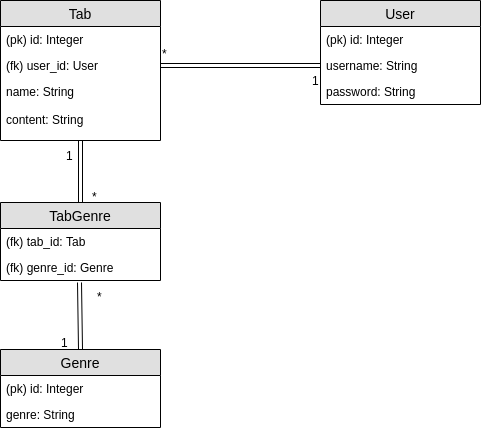
The draw.io diagram documentation/tietokantakaavio_hahmotelma.png in Roeoeri/tsoha-2019-tabulatuuritHt, before a commit. Source tidied: cells renumbered, new cells last; positions are measured from the earlier drawing's top-left corner, leaving out a move shared by most shapes.
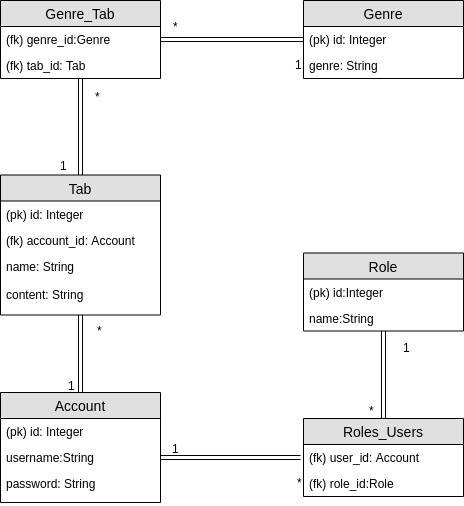
Above is the later version.

Commit message:
tietokantahahmotelma päivitetty

The edit, as a diff of the source:
```diff
@@ -2,74 +2,112 @@
   <root>
     <mxCell id="0" />
     <mxCell id="1" parent="0" />
+    <mxCell id="25" style="edgeStyle=orthogonalEdgeStyle;shape=link;rounded=0;jettySize=auto;html=1;exitX=0.5;exitY=0;exitDx=0;exitDy=0;" parent="1" edge="1" source="2" target="28">
+      <mxGeometry relative="1" as="geometry" />
+    </mxCell>
     <mxCell id="2" value="Tab" style="swimlane;fontStyle=0;horizontal=1;startSize=26;fillColor=#e0e0e0;swimlaneFillColor=#ffffff;align=center;fontSize=14;" parent="1" vertex="1">
-      <mxGeometry width="160" height="140" as="geometry" />
+      <mxGeometry x="-90" y="53.5" width="160" height="140" as="geometry" />
     </mxCell>
-    <mxCell id="3" value="(pk) id: Integer" style="text;strokeColor=none;fillColor=none;spacingLeft=4;spacingRight=4;overflow=hidden;fontSize=12;" parent="2" vertex="1">
-      <mxGeometry y="26" width="160" height="26" as="geometry" />
-    </mxCell>
-    <mxCell id="4" value="(fk) user_id: User" style="text;strokeColor=none;fillColor=none;spacingLeft=4;spacingRight=4;overflow=hidden;points=[[0,0.5],[1,0.5]];portConstraint=eastwest;fontSize=12;" parent="2" vertex="1">
-      <mxGeometry y="52" width="160" height="26" as="geometry" />
-    </mxCell>
+    <mxCell id="26" value="(pk) id: Integer" style="text;strokeColor=none;fillColor=none;spacingLeft=4;spacingRight=4;overflow=hidden;fontSize=12;" parent="2" vertex="1">
+      <mxGeometry y="26" width="160" height="26" as="geometry" />
+    </mxCell>
+    <mxCell id="27" value="(fk) account_id: Account" style="text;strokeColor=none;fillColor=none;spacingLeft=4;spacingRight=4;overflow=hidden;fontSize=12;" parent="2" vertex="1">
+      <mxGeometry y="52" width="160" height="26" as="geometry" />
+    </mxCell>
-    <mxCell id="5" value="name: String&#10;&#10;content: String" style="text;strokeColor=none;fillColor=none;spacingLeft=4;spacingRight=4;overflow=hidden;fontSize=12;" parent="2" vertex="1">
+    <mxCell id="5" value="name: String &#10;&#10;content: String&#10;" style="text;strokeColor=none;fillColor=none;spacingLeft=4;spacingRight=4;overflow=hidden;fontSize=12;" parent="2" vertex="1">
       <mxGeometry y="78" width="160" height="62" as="geometry" />
     </mxCell>
-    <mxCell id="6" value="User" style="swimlane;fontStyle=0;horizontal=1;startSize=26;fillColor=#e0e0e0;swimlaneFillColor=#ffffff;align=center;fontSize=14;" parent="1" vertex="1">
-      <mxGeometry x="320" width="160" height="104" as="geometry" />
-    </mxCell>
-    <mxCell id="7" value="(pk) id: Integer" style="text;strokeColor=none;fillColor=none;spacingLeft=4;spacingRight=4;overflow=hidden;fontSize=12;" parent="6" vertex="1">
-      <mxGeometry y="26" width="160" height="26" as="geometry" />
-    </mxCell>
-    <mxCell id="8" value="username: String" style="text;strokeColor=none;fillColor=none;spacingLeft=4;spacingRight=4;overflow=hidden;points=[[0,0.5],[1,0.5]];portConstraint=eastwest;fontSize=12;" parent="6" vertex="1">
-      <mxGeometry y="52" width="160" height="26" as="geometry" />
-    </mxCell>
+    <mxCell id="28" value="Genre_Tab" style="swimlane;fontStyle=0;horizontal=1;startSize=26;fillColor=#e0e0e0;swimlaneFillColor=#ffffff;align=center;fontSize=14;" parent="1" vertex="1">
+      <mxGeometry x="-90" y="-121" width="160" height="78" as="geometry" />
+    </mxCell>
+    <mxCell id="29" value="(fk) genre_id:Genre" style="text;strokeColor=none;fillColor=none;spacingLeft=4;spacingRight=4;overflow=hidden;points=[[0,0.5],[1,0.5]];portConstraint=eastwest;fontSize=12;" parent="28" vertex="1">
+      <mxGeometry y="26" width="160" height="26" as="geometry" />
+    </mxCell>
+    <mxCell id="16" value="(fk) tab_id: Tab" style="text;strokeColor=none;fillColor=none;spacingLeft=4;spacingRight=4;overflow=hidden;fontSize=12;" parent="28" vertex="1">
+      <mxGeometry y="52" width="160" height="26" as="geometry" />
+    </mxCell>
+    <mxCell id="30" style="edgeStyle=orthogonalEdgeStyle;shape=link;rounded=0;jettySize=auto;html=1;exitX=0.5;exitY=0;exitDx=0;exitDy=0;" parent="1" edge="1" source="31" target="2">
+      <mxGeometry relative="1" as="geometry" />
+    </mxCell>
+    <mxCell id="31" value="Account" style="swimlane;fontStyle=0;horizontal=1;startSize=26;fillColor=#e0e0e0;swimlaneFillColor=#ffffff;align=center;fontSize=14;" parent="1" vertex="1">
+      <mxGeometry x="-90" y="271" width="160" height="110" as="geometry" />
+    </mxCell>
+    <mxCell id="32" value="(pk) id: Integer" style="text;strokeColor=none;fillColor=none;spacingLeft=4;spacingRight=4;overflow=hidden;fontSize=12;" parent="31" vertex="1">
+      <mxGeometry y="26" width="160" height="26" as="geometry" />
+    </mxCell>
+    <mxCell id="33" value="username:String" style="text;strokeColor=none;fillColor=none;spacingLeft=4;spacingRight=4;overflow=hidden;points=[[0,0.5],[1,0.5]];portConstraint=eastwest;fontSize=12;" parent="31" vertex="1">
+      <mxGeometry y="52" width="160" height="26" as="geometry" />
+    </mxCell>
-    <mxCell id="9" value="password: String" style="text;strokeColor=none;fillColor=none;spacingLeft=4;spacingRight=4;overflow=hidden;fontSize=12;" parent="6" vertex="1">
-      <mxGeometry y="78" width="160" height="26" as="geometry" />
+    <mxCell id="9" value="password: String&#10;&#10;&#10;" style="text;strokeColor=none;fillColor=none;spacingLeft=4;spacingRight=4;overflow=hidden;fontSize=12;" parent="31" vertex="1">
+      <mxGeometry y="78" width="160" height="32" as="geometry" />
     </mxCell>
-    <mxCell id="10" style="edgeStyle=none;shape=link;rounded=0;jettySize=auto;html=1;exitX=0.5;exitY=0;exitDx=0;exitDy=0;entryX=0.494;entryY=1.077;entryDx=0;entryDy=0;entryPerimeter=0;" parent="1" edge="1" source="11" target="17">
-      <mxGeometry relative="1" as="geometry" />
-    </mxCell>
     <mxCell id="11" value="Genre" style="swimlane;fontStyle=0;horizontal=1;startSize=26;fillColor=#e0e0e0;swimlaneFillColor=#ffffff;align=center;fontSize=14;" parent="1" vertex="1">
-      <mxGeometry y="349" width="160" height="78" as="geometry" />
+      <mxGeometry x="213" y="-121" width="160" height="78" as="geometry" />
     </mxCell>
-    <mxCell id="12" value="(pk) id: Integer" style="text;strokeColor=none;fillColor=none;spacingLeft=4;spacingRight=4;overflow=hidden;fontSize=12;" parent="11" vertex="1">
-      <mxGeometry y="26" width="160" height="26" as="geometry" />
-    </mxCell>
+    <mxCell id="34" value="(pk) id: Integer" style="text;strokeColor=none;fillColor=none;spacingLeft=4;spacingRight=4;overflow=hidden;points=[[0,0.5],[1,0.5]];portConstraint=eastwest;fontSize=12;" parent="11" vertex="1">
+      <mxGeometry y="26" width="160" height="26" as="geometry" />
+    </mxCell>
     <mxCell id="13" value="genre: String" style="text;strokeColor=none;fillColor=none;spacingLeft=4;spacingRight=4;overflow=hidden;fontSize=12;" parent="11" vertex="1">
       <mxGeometry y="52" width="160" height="26" as="geometry" />
     </mxCell>
-    <mxCell id="14" style="edgeStyle=none;shape=link;rounded=0;jettySize=auto;html=1;exitX=0.5;exitY=0;exitDx=0;exitDy=0;entryX=0.5;entryY=1;entryDx=0;entryDy=0;" parent="1" edge="1" source="15" target="2">
-      <mxGeometry relative="1" as="geometry" />
-    </mxCell>
-    <mxCell id="15" value="TabGenre" style="swimlane;fontStyle=0;horizontal=1;startSize=26;fillColor=#e0e0e0;swimlaneFillColor=#ffffff;align=center;fontSize=14;" parent="1" vertex="1">
-      <mxGeometry y="202" width="160" height="78" as="geometry" />
-    </mxCell>
-    <mxCell id="16" value="(fk) tab_id: Tab" style="text;strokeColor=none;fillColor=none;spacingLeft=4;spacingRight=4;overflow=hidden;fontSize=12;" parent="15" vertex="1">
-      <mxGeometry y="26" width="160" height="26" as="geometry" />
-    </mxCell>
-    <mxCell id="17" value="(fk) genre_id: Genre" style="text;strokeColor=none;fillColor=none;spacingLeft=4;spacingRight=4;overflow=hidden;points=[[0,0.5],[1,0.5]];portConstraint=eastwest;fontSize=12;" parent="15" vertex="1">
-      <mxGeometry y="52" width="160" height="26" as="geometry" />
-    </mxCell>
-    <mxCell id="18" style="edgeStyle=none;shape=link;rounded=0;jettySize=auto;html=1;exitX=1;exitY=0.5;exitDx=0;exitDy=0;entryX=0;entryY=0.5;entryDx=0;entryDy=0;" parent="1" edge="1" source="4" target="8">
-      <mxGeometry relative="1" as="geometry" />
-    </mxCell>
-    <mxCell id="19" value="*" style="text;html=1;align=left;verticalAlign=top;spacingTop=-4;" parent="1" vertex="1">
-      <mxGeometry x="160" y="44" width="20" height="20" as="geometry" />
-    </mxCell>
-    <mxCell id="20" value="1" style="text;html=1;align=left;verticalAlign=top;spacingTop=-4;" parent="1" vertex="1">
-      <mxGeometry x="310" y="71" width="20" height="20" as="geometry" />
-    </mxCell>
-    <mxCell id="21" value="1" style="text;html=1;align=left;verticalAlign=top;spacingTop=-4;" parent="1" vertex="1">
-      <mxGeometry x="64" y="146" width="20" height="20" as="geometry" />
-    </mxCell>
-    <mxCell id="22" value="*" style="text;html=1;align=left;verticalAlign=top;spacingTop=-4;" parent="1" vertex="1">
-      <mxGeometry x="90" y="187" width="20" height="20" as="geometry" />
-    </mxCell>
-    <mxCell id="23" value="*" style="text;html=1;align=left;verticalAlign=top;spacingTop=-4;" parent="1" vertex="1">
-      <mxGeometry x="95" y="287" width="20" height="20" as="geometry" />
-    </mxCell>
-    <mxCell id="24" value="1" style="text;html=1;align=left;verticalAlign=top;spacingTop=-4;" parent="1" vertex="1">
-      <mxGeometry x="59" y="333" width="20" height="20" as="geometry" />
-    </mxCell>
+    <mxCell id="35" value="Role" style="swimlane;fontStyle=0;horizontal=1;startSize=26;fillColor=#e0e0e0;swimlaneFillColor=#ffffff;align=center;fontSize=14;" parent="1" vertex="1">
+      <mxGeometry x="213" y="131.5" width="160" height="78" as="geometry" />
+    </mxCell>
+    <mxCell id="36" value="(pk) id:Integer" style="text;strokeColor=none;fillColor=none;spacingLeft=4;spacingRight=4;overflow=hidden;fontSize=12;" parent="35" vertex="1">
+      <mxGeometry y="26" width="160" height="26" as="geometry" />
+    </mxCell>
+    <mxCell id="37" value="name:String" style="text;strokeColor=none;fillColor=none;spacingLeft=4;spacingRight=4;overflow=hidden;fontSize=12;" parent="35" vertex="1">
+      <mxGeometry y="52" width="160" height="26" as="geometry" />
+    </mxCell>
+    <mxCell id="38" style="edgeStyle=orthogonalEdgeStyle;shape=link;rounded=0;jettySize=auto;html=1;exitX=0.5;exitY=0;exitDx=0;exitDy=0;" parent="1" edge="1" source="39" target="35">
+      <mxGeometry relative="1" as="geometry" />
+    </mxCell>
+    <mxCell id="39" value="Roles_Users" style="swimlane;fontStyle=0;horizontal=1;startSize=26;fillColor=#e0e0e0;swimlaneFillColor=#ffffff;align=center;fontSize=14;" parent="1" vertex="1">
+      <mxGeometry x="213" y="297" width="160" height="78" as="geometry" />
+    </mxCell>
+    <mxCell id="40" value="(fk) user_id: Account" style="text;strokeColor=none;fillColor=none;spacingLeft=4;spacingRight=4;overflow=hidden;fontSize=12;" parent="39" vertex="1">
+      <mxGeometry y="26" width="160" height="26" as="geometry" />
+    </mxCell>
+    <mxCell id="41" value="(fk) role_id:Role" style="text;strokeColor=none;fillColor=none;spacingLeft=4;spacingRight=4;overflow=hidden;fontSize=12;" parent="39" vertex="1">
+      <mxGeometry y="52" width="160" height="26" as="geometry" />
+    </mxCell>
+    <mxCell id="42" style="edgeStyle=orthogonalEdgeStyle;shape=link;rounded=0;jettySize=auto;html=1;exitX=1;exitY=0.5;exitDx=0;exitDy=0;" parent="1" edge="1" source="33">
+      <mxGeometry relative="1" as="geometry">
+        <mxPoint x="210" y="336" as="targetPoint" />
+      </mxGeometry>
+    </mxCell>
+    <mxCell id="43" style="edgeStyle=orthogonalEdgeStyle;shape=link;rounded=0;jettySize=auto;html=1;exitX=1;exitY=0.5;exitDx=0;exitDy=0;entryX=0;entryY=0.5;entryDx=0;entryDy=0;" parent="1" edge="1" source="29" target="34">
+      <mxGeometry relative="1" as="geometry" />
+    </mxCell>
+    <mxCell id="44" value="*" style="text;html=1;align=left;verticalAlign=top;spacingTop=-4;" parent="1" vertex="1">
+      <mxGeometry x="3" y="-34" width="20" height="20" as="geometry" />
+    </mxCell>
+    <mxCell id="45" value="1" style="text;html=1;align=left;verticalAlign=top;spacingTop=-4;" parent="1" vertex="1">
+      <mxGeometry x="-32" y="35" width="20" height="20" as="geometry" />
+    </mxCell>
+    <mxCell id="46" value="*" style="text;html=1;align=left;verticalAlign=top;spacingTop=-4;" parent="1" vertex="1">
+      <mxGeometry x="81" y="-104" width="20" height="20" as="geometry" />
+    </mxCell>
+    <mxCell id="47" value="1" style="text;html=1;align=left;verticalAlign=top;spacingTop=-4;" parent="1" vertex="1">
+      <mxGeometry x="203" y="-66" width="20" height="20" as="geometry" />
+    </mxCell>
+    <mxCell id="48" value="*" style="text;html=1;align=left;verticalAlign=top;spacingTop=-4;" parent="1" vertex="1">
+      <mxGeometry x="5" y="200" width="20" height="20" as="geometry" />
+    </mxCell>
+    <mxCell id="49" value="1" style="text;html=1;align=left;verticalAlign=top;spacingTop=-4;" parent="1" vertex="1">
+      <mxGeometry x="-24" y="255" width="20" height="20" as="geometry" />
+    </mxCell>
+    <mxCell id="50" value="1" style="text;html=1;align=left;verticalAlign=top;spacingTop=-4;" parent="1" vertex="1">
+      <mxGeometry x="80" y="318" width="20" height="20" as="geometry" />
+    </mxCell>
+    <mxCell id="51" value="*" style="text;html=1;align=left;verticalAlign=top;spacingTop=-4;" parent="1" vertex="1">
+      <mxGeometry x="205" y="352" width="20" height="20" as="geometry" />
+    </mxCell>
+    <mxCell id="52" value="*" style="text;html=1;align=left;verticalAlign=top;spacingTop=-4;" parent="1" vertex="1">
+      <mxGeometry x="277" y="280" width="20" height="20" as="geometry" />
+    </mxCell>
+    <mxCell id="53" value="1" style="text;html=1;align=left;verticalAlign=top;spacingTop=-4;" parent="1" vertex="1">
+      <mxGeometry x="311" y="217" width="20" height="20" as="geometry" />
+    </mxCell>
   </root>
 </mxGraphModel>
```
